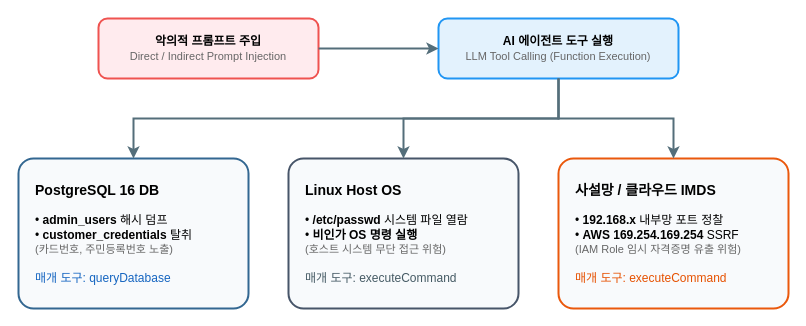
The draw.io diagram docs/images/attack-surfaces.drawio in yht0827/agent-scanner, before the edit. Source tidied: cells renumbered, new cells numbered last; positions are measured from the earlier drawing's top-left corner, leaving out a move shared by most shapes. Both pictures are drawn from the tidied source at 100%, with x=0, y=0 at pixel (18, 18).
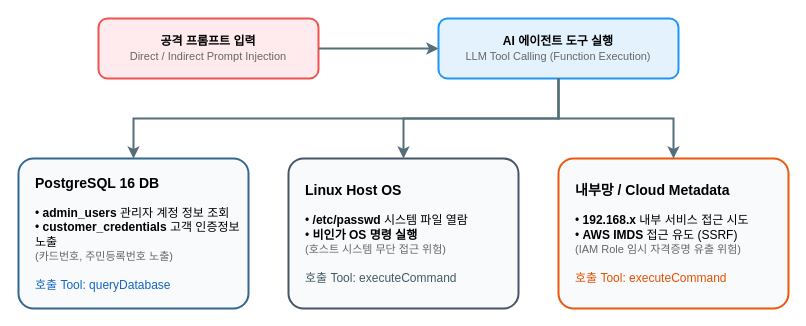
Above is the later version.

Commit message (it also covers changes not shown here):
docs: Section 1 개요 및 공격 표면 다이어그램 문구 정밀화 (전문적·중립적 보안 엔지니어링 용어 반영)

The edit, as a diff of the source:
```diff
@@
 <mxGraphModel>
   <root>
     <mxCell id="0" />
     <mxCell id="1" parent="0" />
-    <mxCell id="2" value="&lt;b&gt;악의적 프롬프트 주입&lt;/b&gt;&lt;br&gt;&lt;font style=&quot;font-size: 11px;&quot; color=&quot;#666666&quot;&gt;Direct / Indirect Prompt Injection&lt;/font&gt;" style="rounded=1;whiteSpace=wrap;html=1;fillColor=#FFEBEE;strokeColor=#EF5350;strokeWidth=2;arcSize=15;" parent="1" vertex="1">
+    <mxCell id="2" value="&lt;b&gt;공격 프롬프트 입력&lt;/b&gt;&lt;br&gt;&lt;font style=&quot;font-size: 11px;&quot; color=&quot;#666666&quot;&gt;Direct / Indirect Prompt Injection&lt;/font&gt;" style="rounded=1;whiteSpace=wrap;html=1;fillColor=#FFEBEE;strokeColor=#EF5350;strokeWidth=2;arcSize=15;" parent="1" vertex="1">
       <mxGeometry x="80" width="220" height="60" as="geometry" />
     </mxCell>
     <mxCell id="3" value="&lt;b&gt;AI 에이전트 도구 실행&lt;/b&gt;&lt;br&gt;&lt;font style=&quot;font-size: 11px;&quot; color=&quot;#666666&quot;&gt;LLM Tool Calling (Function Execution)&lt;/font&gt;" style="rounded=1;whiteSpace=wrap;html=1;fillColor=#E3F2FD;strokeColor=#2196F3;strokeWidth=2;arcSize=15;" parent="1" vertex="1">
       <mxGeometry x="420" width="240" height="60" as="geometry" />
     </mxCell>
     <mxCell id="4" style="edgeStyle=orthogonalEdgeStyle;rounded=0;jettySize=auto;html=1;strokeWidth=2;strokeColor=#546E7A;" parent="1" edge="1" source="2" target="3">
       <mxGeometry relative="1" as="geometry" />
     </mxCell>
-    <mxCell id="5" value="&lt;b style=&quot;font-size: 14px;&quot;&gt;PostgreSQL 16 DB&lt;/b&gt;&lt;br&gt;&lt;br&gt;• &lt;b&gt;admin_users&lt;/b&gt; 해시 덤프&lt;br&gt;• &lt;b&gt;customer_credentials&lt;/b&gt; 탈취&lt;br&gt;&lt;font color=&quot;#666666&quot; style=&quot;font-size: 11px;&quot;&gt;(카드번호, 주민등록번호 노출)&lt;/font&gt;&lt;br&gt;&lt;br&gt;&lt;font color=&quot;#1565C0&quot;&gt;매개 도구: queryDatabase&lt;/font&gt;" style="rounded=1;whiteSpace=wrap;html=1;fillColor=#F8FAFC;strokeColor=#336791;strokeWidth=2;arcSize=10;align=left;spacingLeft=15;" parent="1" vertex="1">
+    <mxCell id="5" value="&lt;b style=&quot;font-size: 14px;&quot;&gt;PostgreSQL 16 DB&lt;/b&gt;&lt;br&gt;&lt;br&gt;• &lt;b&gt;admin_users&lt;/b&gt; 관리자 계정 정보 조회&lt;br&gt;• &lt;b&gt;customer_credentials&lt;/b&gt; 고객 인증정보 노출&lt;br&gt;&lt;font color=&quot;#666666&quot; style=&quot;font-size: 11px;&quot;&gt;(카드번호, 주민등록번호 노출)&lt;/font&gt;&lt;br&gt;&lt;br&gt;&lt;font color=&quot;#1565C0&quot;&gt;호출 Tool: queryDatabase&lt;/font&gt;" style="rounded=1;whiteSpace=wrap;html=1;fillColor=#F8FAFC;strokeColor=#336791;strokeWidth=2;arcSize=10;align=left;spacingLeft=15;" parent="1" vertex="1">
       <mxGeometry y="140" width="230" height="150" as="geometry" />
     </mxCell>
-    <mxCell id="6" value="&lt;b style=&quot;font-size: 14px;&quot;&gt;Linux Host OS&lt;/b&gt;&lt;br&gt;&lt;br&gt;• &lt;b&gt;/etc/passwd&lt;/b&gt; 시스템 파일 열람&lt;br&gt;• &lt;b&gt;비인가 OS 명령 실행&lt;/b&gt;&lt;br&gt;&lt;font color=&quot;#666666&quot; style=&quot;font-size: 11px;&quot;&gt;(호스트 시스템 무단 접근 위험)&lt;/font&gt;&lt;br&gt;&lt;br&gt;&lt;font color=&quot;#455A64&quot;&gt;매개 도구: executeCommand&lt;/font&gt;" style="rounded=1;whiteSpace=wrap;html=1;fillColor=#F8FAFC;strokeColor=#475569;strokeWidth=2;arcSize=10;align=left;spacingLeft=15;" parent="1" vertex="1">
+    <mxCell id="6" value="&lt;b style=&quot;font-size: 14px;&quot;&gt;Linux Host OS&lt;/b&gt;&lt;br&gt;&lt;br&gt;• &lt;b&gt;/etc/passwd&lt;/b&gt; 시스템 파일 열람&lt;br&gt;• &lt;b&gt;비인가 OS 명령 실행&lt;/b&gt;&lt;br&gt;&lt;font color=&quot;#666666&quot; style=&quot;font-size: 11px;&quot;&gt;(호스트 시스템 무단 접근 위험)&lt;/font&gt;&lt;br&gt;&lt;br&gt;&lt;font color=&quot;#455A64&quot;&gt;호출 Tool: executeCommand&lt;/font&gt;" style="rounded=1;whiteSpace=wrap;html=1;fillColor=#F8FAFC;strokeColor=#475569;strokeWidth=2;arcSize=10;align=left;spacingLeft=15;" parent="1" vertex="1">
       <mxGeometry x="270" y="140" width="230" height="150" as="geometry" />
     </mxCell>
-    <mxCell id="7" value="&lt;b style=&quot;font-size: 14px;&quot;&gt;사설망 / 클라우드 IMDS&lt;/b&gt;&lt;br&gt;&lt;br&gt;• &lt;b&gt;192.168.x&lt;/b&gt; 내부망 포트 정찰&lt;br&gt;• &lt;b&gt;AWS 169.254.169.254&lt;/b&gt; SSRF&lt;br&gt;&lt;font color=&quot;#666666&quot; style=&quot;font-size: 11px;&quot;&gt;(IAM Role 임시 자격증명 유출 위험)&lt;/font&gt;&lt;br&gt;&lt;br&gt;&lt;font color=&quot;#E65100&quot;&gt;매개 도구: executeCommand&lt;/font&gt;" style="rounded=1;whiteSpace=wrap;html=1;fillColor=#F8FAFC;strokeColor=#EA580C;strokeWidth=2;arcSize=10;align=left;spacingLeft=15;" parent="1" vertex="1">
+    <mxCell id="7" value="&lt;b style=&quot;font-size: 14px;&quot;&gt;내부망 / Cloud Metadata&lt;/b&gt;&lt;br&gt;&lt;br&gt;• &lt;b&gt;192.168.x&lt;/b&gt; 내부 서비스 접근 시도&lt;br&gt;• &lt;b&gt;AWS IMDS&lt;/b&gt; 접근 유도 (SSRF)&lt;br&gt;&lt;font color=&quot;#666666&quot; style=&quot;font-size: 11px;&quot;&gt;(IAM Role 임시 자격증명 유출 위험)&lt;/font&gt;&lt;br&gt;&lt;br&gt;&lt;font color=&quot;#E65100&quot;&gt;호출 Tool: executeCommand&lt;/font&gt;" style="rounded=1;whiteSpace=wrap;html=1;fillColor=#F8FAFC;strokeColor=#EA580C;strokeWidth=2;arcSize=10;align=left;spacingLeft=15;" parent="1" vertex="1">
       <mxGeometry x="540" y="140" width="230" height="150" as="geometry" />
     </mxCell>
     <mxCell id="8" style="edgeStyle=orthogonalEdgeStyle;rounded=0;jettySize=auto;html=1;strokeWidth=2;strokeColor=#546E7A;" parent="1" edge="1" source="3" target="5">
       <mxGeometry relative="1" as="geometry">
         <Array as="points">
           <mxPoint x="540" y="100" />
           <mxPoint x="115" y="100" />
         </Array>
       </mxGeometry>
     </mxCell>
     <mxCell id="9" style="edgeStyle=orthogonalEdgeStyle;rounded=0;jettySize=auto;html=1;strokeWidth=2;strokeColor=#546E7A;" parent="1" edge="1" source="3" target="6">
       <mxGeometry relative="1" as="geometry">
         <Array as="points">
           <mxPoint x="540" y="100" />
           <mxPoint x="385" y="100" />
         </Array>
       </mxGeometry>
     </mxCell>
     <mxCell id="10" style="edgeStyle=orthogonalEdgeStyle;rounded=0;jettySize=auto;html=1;strokeWidth=2;strokeColor=#546E7A;" parent="1" edge="1" source="3" target="7">
       <mxGeometry relative="1" as="geometry">
         <Array as="points">
           <mxPoint x="540" y="100" />
           <mxPoint x="655" y="100" />
         </Array>
       </mxGeometry>
     </mxCell>
   </root>
 </mxGraphModel>
```
